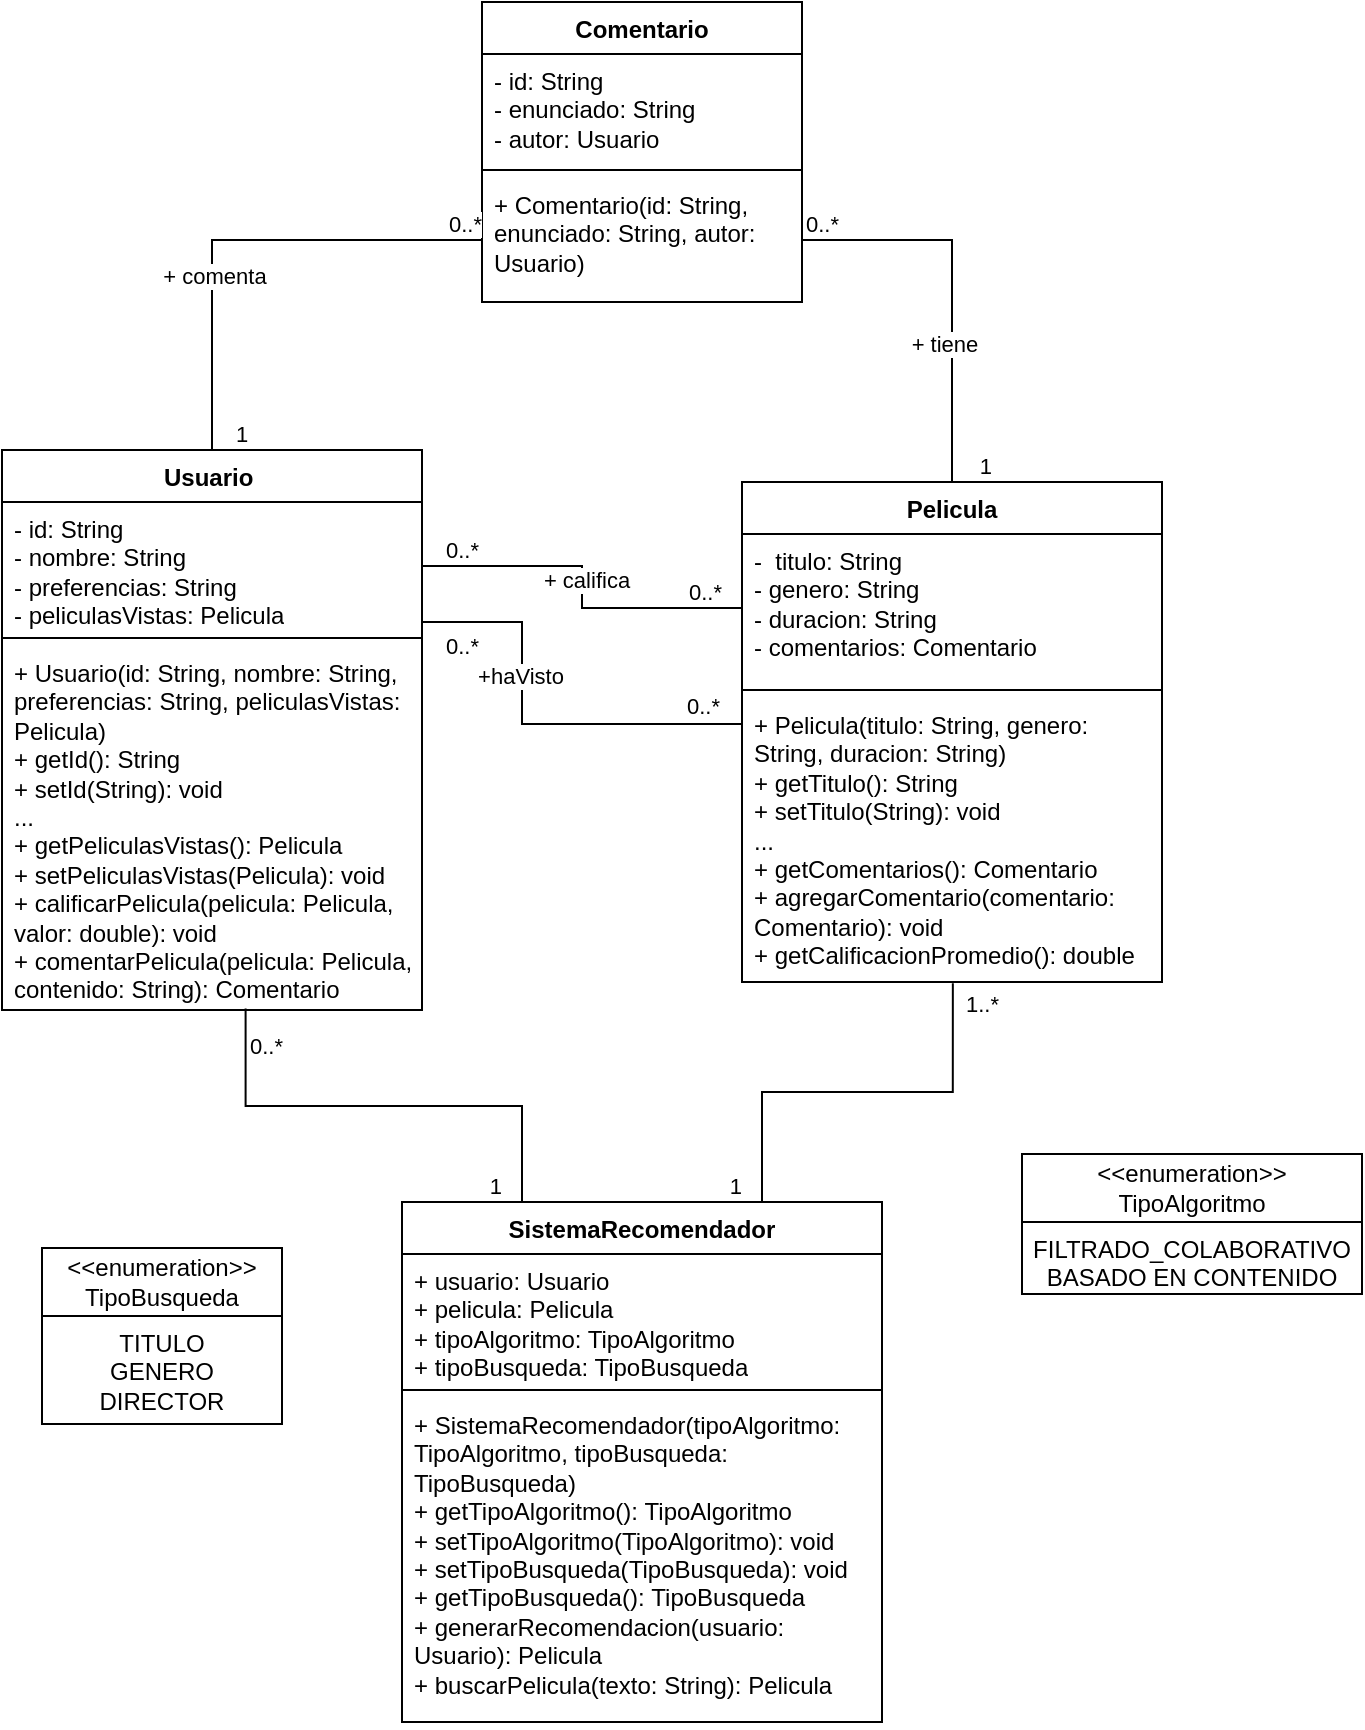
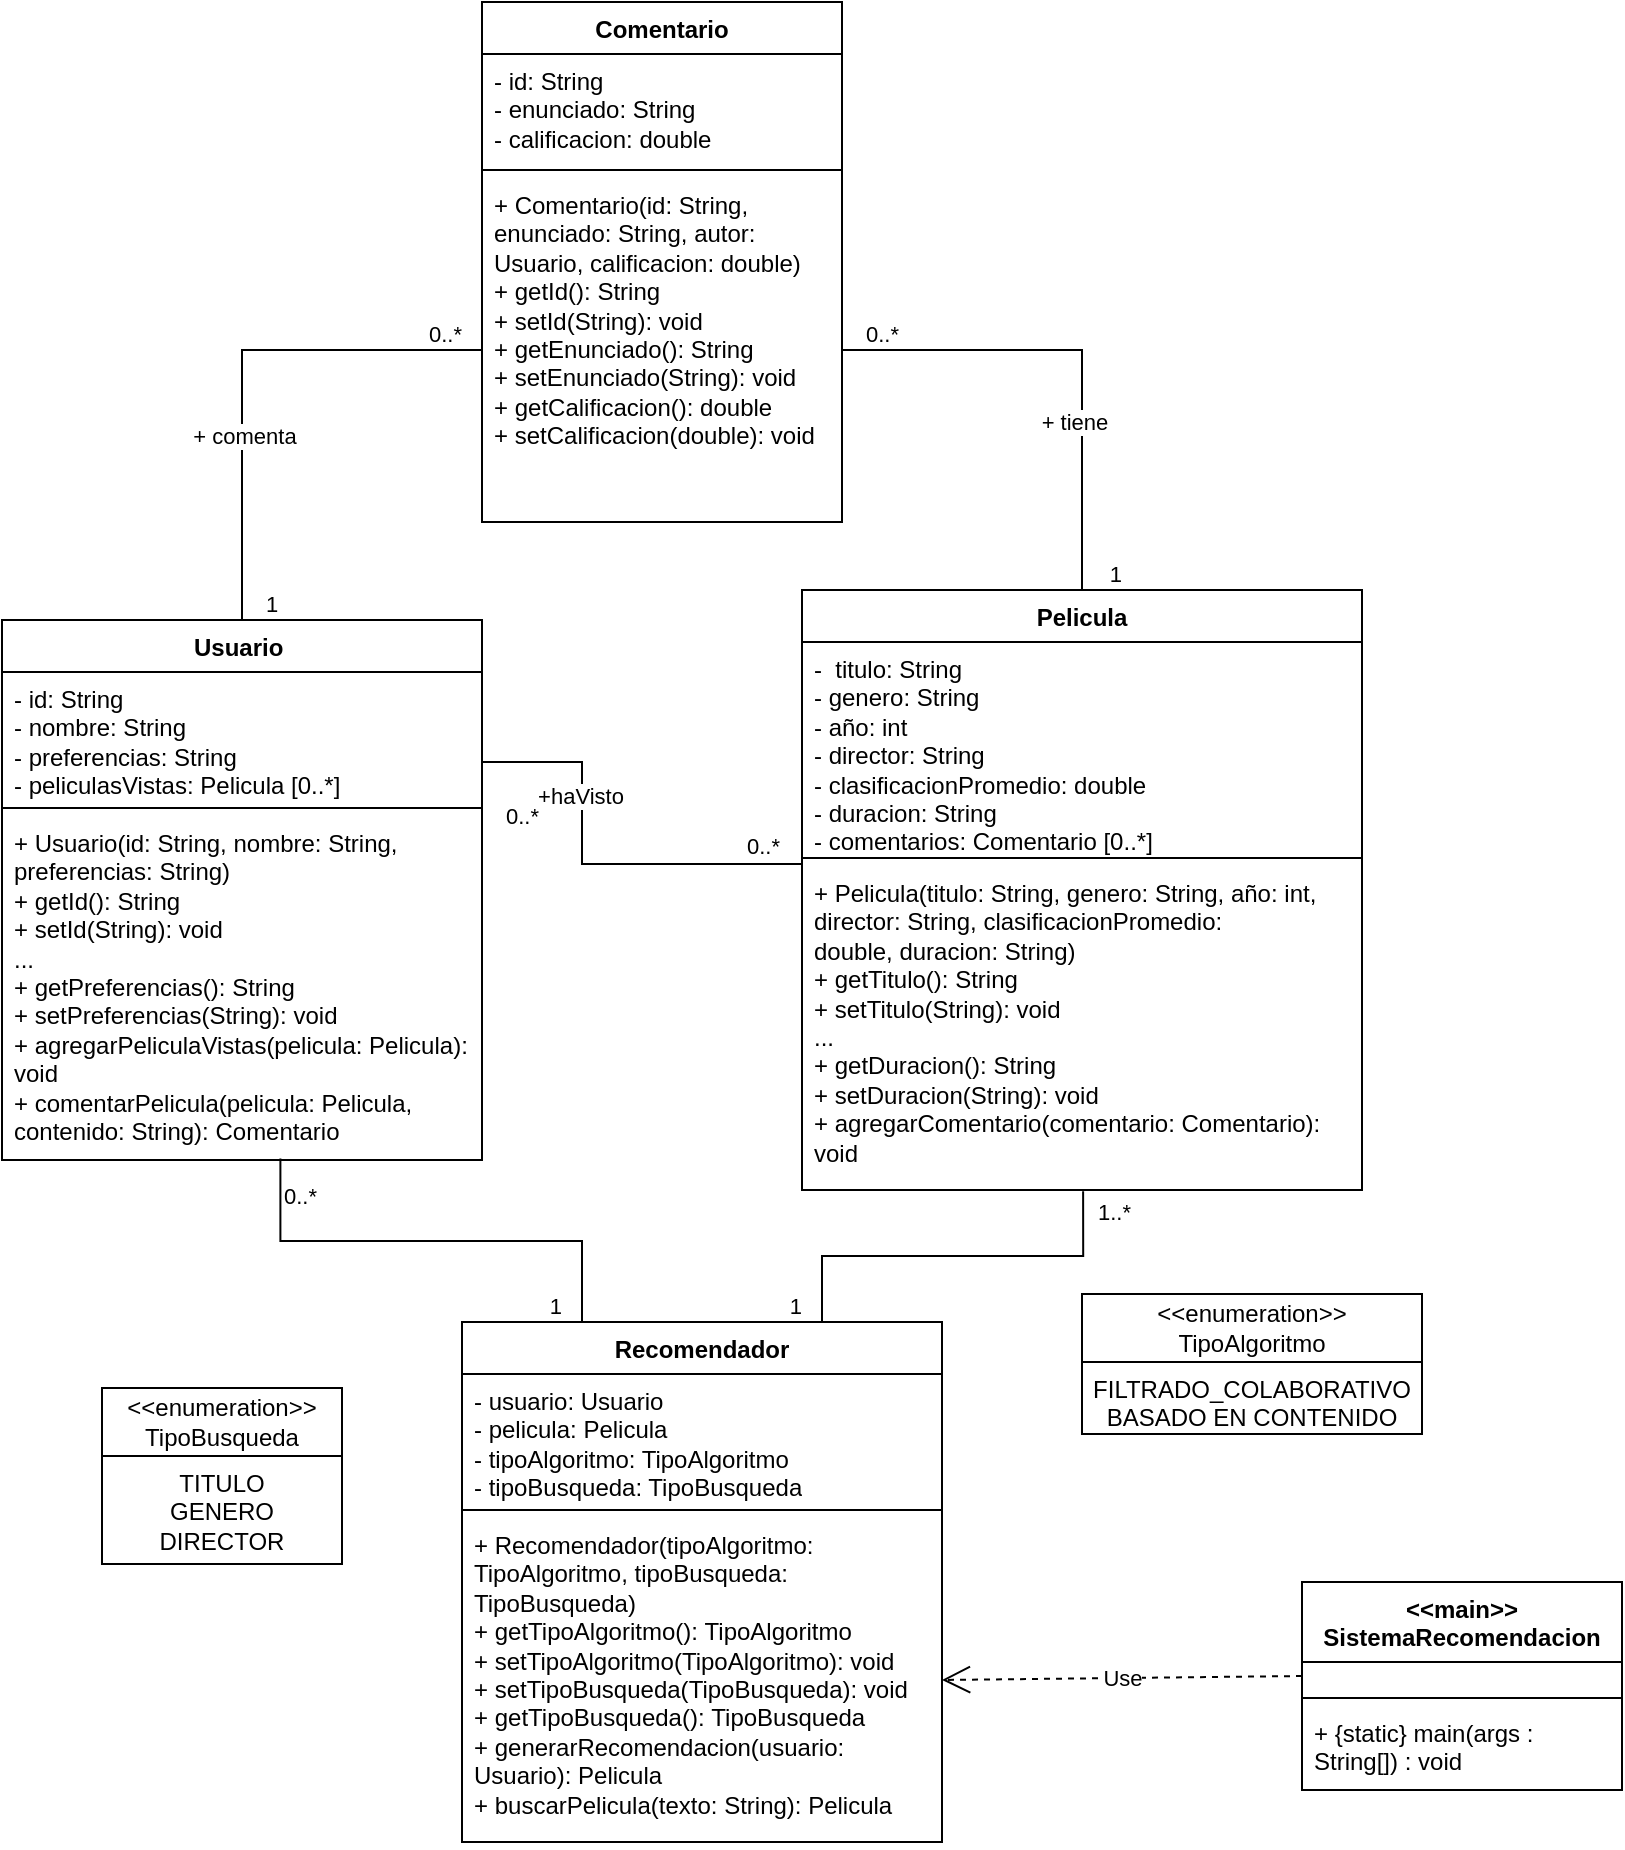
<mxfile host="app.diagrams.net">
  <diagram name="Página-1" id="FhI2W-9d_gpE_GXiQBIz">
-     <mxGraphModel dx="2453" dy="1432" grid="1" gridSize="10" guides="1" tooltips="1" connect="1" arrows="1" fold="1" page="1" pageScale="1" pageWidth="1169" pageHeight="827" math="0" shadow="0">
+     <mxGraphModel dx="2216" dy="1319" grid="1" gridSize="10" guides="1" tooltips="1" connect="1" arrows="1" fold="1" page="1" pageScale="1" pageWidth="1169" pageHeight="827" math="0" shadow="0">
      <root>
        <mxCell id="0" />
        <mxCell id="1" parent="0" />
        <mxCell id="mK63LABdQIUOHuwPP6Pl-1" parent="1" style="swimlane;fontStyle=1;align=center;verticalAlign=top;childLayout=stackLayout;horizontal=1;startSize=26;horizontalStack=0;resizeParent=1;resizeParentMax=0;resizeLast=0;collapsible=1;marginBottom=0;whiteSpace=wrap;html=1;" value="Pelicula" vertex="1">
-           <mxGeometry height="250" width="210" x="210" y="200" as="geometry" />
+           <mxGeometry height="300" width="280" x="210" y="184" as="geometry" />
        </mxCell>
-         <mxCell id="mK63LABdQIUOHuwPP6Pl-2" parent="mK63LABdQIUOHuwPP6Pl-1" style="text;strokeColor=none;fillColor=none;align=left;verticalAlign=top;spacingLeft=4;spacingRight=4;overflow=hidden;rotatable=0;points=[[0,0.5],[1,0.5]];portConstraint=eastwest;whiteSpace=wrap;html=1;" value="-&amp;nbsp; titulo: String&lt;div&gt;- genero: String&lt;/div&gt;&lt;div&gt;- duracion: String&lt;/div&gt;&lt;div&gt;- comentarios: Comentario&lt;span style=&quot;background-color: transparent; color: light-dark(rgb(0, 0, 0), rgb(255, 255, 255));&quot;&gt;&amp;nbsp;&lt;/span&gt;&lt;/div&gt;&lt;div&gt;&lt;br&gt;&lt;/div&gt;" vertex="1">
-           <mxGeometry height="74" width="210" y="26" as="geometry" />
+         <mxCell id="mK63LABdQIUOHuwPP6Pl-2" parent="mK63LABdQIUOHuwPP6Pl-1" style="text;strokeColor=none;fillColor=none;align=left;verticalAlign=top;spacingLeft=4;spacingRight=4;overflow=hidden;rotatable=0;points=[[0,0.5],[1,0.5]];portConstraint=eastwest;whiteSpace=wrap;html=1;" value="-&amp;nbsp; titulo: String&lt;div&gt;- genero: String&lt;/div&gt;&lt;div&gt;- año: int&lt;/div&gt;&lt;div&gt;- director: String&lt;/div&gt;&lt;div&gt;- clasificacionPromedio: double&lt;/div&gt;&lt;div&gt;- duracion: String&lt;/div&gt;&lt;div&gt;- comentarios: Comentario [0..*]&lt;span style=&quot;background-color: transparent; color: light-dark(rgb(0, 0, 0), rgb(255, 255, 255));&quot;&gt;&amp;nbsp;&lt;/span&gt;&lt;/div&gt;&lt;div&gt;&lt;br&gt;&lt;/div&gt;" vertex="1">
+           <mxGeometry height="104" width="280" y="26" as="geometry" />
        </mxCell>
        <mxCell id="mK63LABdQIUOHuwPP6Pl-3" parent="mK63LABdQIUOHuwPP6Pl-1" style="line;strokeWidth=1;fillColor=none;align=left;verticalAlign=middle;spacingTop=-1;spacingLeft=3;spacingRight=3;rotatable=0;labelPosition=right;points=[];portConstraint=eastwest;strokeColor=inherit;" value="" vertex="1">
-           <mxGeometry height="8" width="210" y="100" as="geometry" />
+           <mxGeometry height="8" width="280" y="130" as="geometry" />
        </mxCell>
-         <mxCell id="mK63LABdQIUOHuwPP6Pl-4" parent="mK63LABdQIUOHuwPP6Pl-1" style="text;strokeColor=none;fillColor=none;align=left;verticalAlign=top;spacingLeft=4;spacingRight=4;overflow=hidden;rotatable=0;points=[[0,0.5],[1,0.5]];portConstraint=eastwest;whiteSpace=wrap;html=1;" value="&lt;div&gt;+ Pelicula(&lt;span style=&quot;background-color: transparent; color: light-dark(rgb(0, 0, 0), rgb(255, 255, 255));&quot;&gt;titulo: String,&amp;nbsp;&lt;/span&gt;&lt;span style=&quot;background-color: transparent; color: light-dark(rgb(0, 0, 0), rgb(255, 255, 255));&quot;&gt;genero: String,&amp;nbsp;&lt;/span&gt;&lt;span style=&quot;background-color: transparent; color: light-dark(rgb(0, 0, 0), rgb(255, 255, 255));&quot;&gt;duracion: String&lt;/span&gt;&lt;span style=&quot;background-color: transparent; color: light-dark(rgb(0, 0, 0), rgb(255, 255, 255));&quot;&gt;)&lt;/span&gt;&lt;/div&gt;&lt;div&gt;&lt;span style=&quot;background-color: transparent; color: light-dark(rgb(0, 0, 0), rgb(255, 255, 255));&quot;&gt;+ getTitulo(): String&lt;/span&gt;&lt;/div&gt;&lt;div&gt;&lt;span style=&quot;background-color: transparent; color: light-dark(rgb(0, 0, 0), rgb(255, 255, 255));&quot;&gt;+ setTitulo(String): void&lt;/span&gt;&lt;/div&gt;&lt;div&gt;...&lt;/div&gt;&lt;div&gt;+ getComentarios(): Comentario&lt;/div&gt;&lt;div&gt;+ agregarComentario(comentario: Comentario): void&lt;/div&gt;&lt;div&gt;&lt;span style=&quot;background-color: transparent; color: light-dark(rgb(0, 0, 0), rgb(255, 255, 255));&quot;&gt;+ getCalificacionPromedio(): double&lt;/span&gt;&lt;/div&gt;" vertex="1">
-           <mxGeometry height="142" width="210" y="108" as="geometry" />
+         <mxCell id="mK63LABdQIUOHuwPP6Pl-4" parent="mK63LABdQIUOHuwPP6Pl-1" style="text;strokeColor=none;fillColor=none;align=left;verticalAlign=top;spacingLeft=4;spacingRight=4;overflow=hidden;rotatable=0;points=[[0,0.5],[1,0.5]];portConstraint=eastwest;whiteSpace=wrap;html=1;" value="&lt;div&gt;+ Pelicula(&lt;span style=&quot;background-color: transparent; color: light-dark(rgb(0, 0, 0), rgb(255, 255, 255));&quot;&gt;titulo: String,&amp;nbsp;&lt;/span&gt;&lt;span style=&quot;background-color: transparent; color: light-dark(rgb(0, 0, 0), rgb(255, 255, 255));&quot;&gt;genero: String, año:&amp;nbsp;&lt;/span&gt;int&lt;span style=&quot;background-color: transparent; color: light-dark(rgb(0, 0, 0), rgb(255, 255, 255));&quot;&gt;, director: String, clasificacionPromedio: double,&amp;nbsp;&lt;/span&gt;&lt;span style=&quot;background-color: transparent; color: light-dark(rgb(0, 0, 0), rgb(255, 255, 255));&quot;&gt;duracion: String&lt;/span&gt;&lt;span style=&quot;background-color: transparent; color: light-dark(rgb(0, 0, 0), rgb(255, 255, 255));&quot;&gt;)&lt;/span&gt;&lt;/div&gt;&lt;div&gt;&lt;span style=&quot;background-color: transparent; color: light-dark(rgb(0, 0, 0), rgb(255, 255, 255));&quot;&gt;+ getTitulo(): String&lt;/span&gt;&lt;/div&gt;&lt;div&gt;&lt;span style=&quot;background-color: transparent; color: light-dark(rgb(0, 0, 0), rgb(255, 255, 255));&quot;&gt;+ setTitulo(String): void&lt;/span&gt;&lt;/div&gt;&lt;div&gt;...&lt;/div&gt;&lt;div&gt;+ getDuracion():&amp;nbsp;&lt;span style=&quot;background-color: transparent; color: light-dark(rgb(0, 0, 0), rgb(255, 255, 255));&quot;&gt;String&lt;/span&gt;&lt;/div&gt;&lt;div&gt;&lt;span style=&quot;background-color: transparent; color: light-dark(rgb(0, 0, 0), rgb(255, 255, 255));&quot;&gt;+ setDuracion(String): void&lt;/span&gt;&lt;/div&gt;&lt;div&gt;+ agregarComentario(comentario: Comentario): void&lt;/div&gt;" vertex="1">
+           <mxGeometry height="162" width="280" y="138" as="geometry" />
        </mxCell>
-         <mxCell id="mK63LABdQIUOHuwPP6Pl-5" parent="1" style="swimlane;fontStyle=1;align=center;verticalAlign=top;childLayout=stackLayout;horizontal=1;startSize=26;horizontalStack=0;resizeParent=1;resizeParentMax=0;resizeLast=0;collapsible=1;marginBottom=0;whiteSpace=wrap;html=1;" value="SistemaRecomendador" vertex="1">
-           <mxGeometry height="260" width="240" x="40" y="560" as="geometry" />
+         <mxCell id="mK63LABdQIUOHuwPP6Pl-5" parent="1" style="swimlane;fontStyle=1;align=center;verticalAlign=top;childLayout=stackLayout;horizontal=1;startSize=26;horizontalStack=0;resizeParent=1;resizeParentMax=0;resizeLast=0;collapsible=1;marginBottom=0;whiteSpace=wrap;html=1;" value="Recomendador" vertex="1">
+           <mxGeometry height="260" width="240" x="40" y="550" as="geometry" />
        </mxCell>
-         <mxCell id="mK63LABdQIUOHuwPP6Pl-6" parent="mK63LABdQIUOHuwPP6Pl-5" style="text;strokeColor=none;fillColor=none;align=left;verticalAlign=top;spacingLeft=4;spacingRight=4;overflow=hidden;rotatable=0;points=[[0,0.5],[1,0.5]];portConstraint=eastwest;whiteSpace=wrap;html=1;" value="&lt;div&gt;+ usuario: Usuario&lt;/div&gt;&lt;div&gt;+ pelicula: Pelicula&lt;/div&gt;+ tipoAlgoritmo: TipoAlgoritmo&lt;div&gt;+ tipoBusqueda: TipoBusqueda&lt;/div&gt;" vertex="1">
+         <mxCell id="mK63LABdQIUOHuwPP6Pl-6" parent="mK63LABdQIUOHuwPP6Pl-5" style="text;strokeColor=none;fillColor=none;align=left;verticalAlign=top;spacingLeft=4;spacingRight=4;overflow=hidden;rotatable=0;points=[[0,0.5],[1,0.5]];portConstraint=eastwest;whiteSpace=wrap;html=1;" value="&lt;div&gt;- usuario: Usuario&lt;/div&gt;&lt;div&gt;- pelicula: Pelicula&lt;/div&gt;- tipoAlgoritmo: TipoAlgoritmo&lt;div&gt;- tipoBusqueda: TipoBusqueda&lt;/div&gt;" vertex="1">
          <mxGeometry height="64" width="240" y="26" as="geometry" />
        </mxCell>
        <mxCell id="mK63LABdQIUOHuwPP6Pl-7" parent="mK63LABdQIUOHuwPP6Pl-5" style="line;strokeWidth=1;fillColor=none;align=left;verticalAlign=middle;spacingTop=-1;spacingLeft=3;spacingRight=3;rotatable=0;labelPosition=right;points=[];portConstraint=eastwest;strokeColor=inherit;" value="" vertex="1">
          <mxGeometry height="8" width="240" y="90" as="geometry" />
        </mxCell>
-         <mxCell id="mK63LABdQIUOHuwPP6Pl-8" parent="mK63LABdQIUOHuwPP6Pl-5" style="text;strokeColor=none;fillColor=none;align=left;verticalAlign=top;spacingLeft=4;spacingRight=4;overflow=hidden;rotatable=0;points=[[0,0.5],[1,0.5]];portConstraint=eastwest;whiteSpace=wrap;html=1;" value="+ SistemaRecomendador(tipoAlgoritmo: TipoAlgoritmo, tipoBusqueda: TipoBusqueda)&lt;div&gt;+ get&lt;span style=&quot;background-color: transparent; color: light-dark(rgb(0, 0, 0), rgb(255, 255, 255));&quot;&gt;TipoAlgoritmo():&amp;nbsp;&lt;/span&gt;&lt;span style=&quot;background-color: transparent; color: light-dark(rgb(0, 0, 0), rgb(255, 255, 255));&quot;&gt;TipoAlgoritmo&lt;/span&gt;&lt;/div&gt;&lt;div&gt;&lt;span style=&quot;background-color: transparent; color: light-dark(rgb(0, 0, 0), rgb(255, 255, 255));&quot;&gt;+ set&lt;/span&gt;&lt;span style=&quot;background-color: transparent; color: light-dark(rgb(0, 0, 0), rgb(255, 255, 255));&quot;&gt;TipoAlgoritmo(&lt;/span&gt;&lt;span style=&quot;background-color: transparent; color: light-dark(rgb(0, 0, 0), rgb(255, 255, 255));&quot;&gt;TipoAlgoritmo): void&lt;/span&gt;&lt;/div&gt;&lt;div&gt;&lt;span style=&quot;background-color: transparent; color: light-dark(rgb(0, 0, 0), rgb(255, 255, 255));&quot;&gt;+ set&lt;/span&gt;&lt;span style=&quot;background-color: transparent; color: light-dark(rgb(0, 0, 0), rgb(255, 255, 255));&quot;&gt;TipoBusqueda(&lt;/span&gt;&lt;span style=&quot;background-color: transparent; color: light-dark(rgb(0, 0, 0), rgb(255, 255, 255));&quot;&gt;TipoBusqueda): void&lt;/span&gt;&lt;/div&gt;&lt;div&gt;&lt;span style=&quot;background-color: transparent; color: light-dark(rgb(0, 0, 0), rgb(255, 255, 255));&quot;&gt;+ get&lt;/span&gt;&lt;span style=&quot;background-color: transparent; color: light-dark(rgb(0, 0, 0), rgb(255, 255, 255));&quot;&gt;TipoBusqueda():&amp;nbsp;&lt;/span&gt;&lt;span style=&quot;background-color: transparent; color: light-dark(rgb(0, 0, 0), rgb(255, 255, 255));&quot;&gt;TipoBusqueda&lt;/span&gt;&lt;/div&gt;&lt;div&gt;+ generarRecomendacion(usuario: Usuario): Pelicula&lt;/div&gt;&lt;div&gt;+ buscarPelicula(texto: String): Pelicula&lt;/div&gt;" vertex="1">
+         <mxCell id="mK63LABdQIUOHuwPP6Pl-8" parent="mK63LABdQIUOHuwPP6Pl-5" style="text;strokeColor=none;fillColor=none;align=left;verticalAlign=top;spacingLeft=4;spacingRight=4;overflow=hidden;rotatable=0;points=[[0,0.5],[1,0.5]];portConstraint=eastwest;whiteSpace=wrap;html=1;" value="+ Recomendador(tipoAlgoritmo: TipoAlgoritmo, tipoBusqueda: TipoBusqueda)&lt;div&gt;+ get&lt;span style=&quot;background-color: transparent; color: light-dark(rgb(0, 0, 0), rgb(255, 255, 255));&quot;&gt;TipoAlgoritmo():&amp;nbsp;&lt;/span&gt;&lt;span style=&quot;background-color: transparent; color: light-dark(rgb(0, 0, 0), rgb(255, 255, 255));&quot;&gt;TipoAlgoritmo&lt;/span&gt;&lt;/div&gt;&lt;div&gt;&lt;span style=&quot;background-color: transparent; color: light-dark(rgb(0, 0, 0), rgb(255, 255, 255));&quot;&gt;+ set&lt;/span&gt;&lt;span style=&quot;background-color: transparent; color: light-dark(rgb(0, 0, 0), rgb(255, 255, 255));&quot;&gt;TipoAlgoritmo(&lt;/span&gt;&lt;span style=&quot;background-color: transparent; color: light-dark(rgb(0, 0, 0), rgb(255, 255, 255));&quot;&gt;TipoAlgoritmo): void&lt;/span&gt;&lt;/div&gt;&lt;div&gt;&lt;span style=&quot;background-color: transparent; color: light-dark(rgb(0, 0, 0), rgb(255, 255, 255));&quot;&gt;+ set&lt;/span&gt;&lt;span style=&quot;background-color: transparent; color: light-dark(rgb(0, 0, 0), rgb(255, 255, 255));&quot;&gt;TipoBusqueda(&lt;/span&gt;&lt;span style=&quot;background-color: transparent; color: light-dark(rgb(0, 0, 0), rgb(255, 255, 255));&quot;&gt;TipoBusqueda): void&lt;/span&gt;&lt;/div&gt;&lt;div&gt;&lt;span style=&quot;background-color: transparent; color: light-dark(rgb(0, 0, 0), rgb(255, 255, 255));&quot;&gt;+ get&lt;/span&gt;&lt;span style=&quot;background-color: transparent; color: light-dark(rgb(0, 0, 0), rgb(255, 255, 255));&quot;&gt;TipoBusqueda():&amp;nbsp;&lt;/span&gt;&lt;span style=&quot;background-color: transparent; color: light-dark(rgb(0, 0, 0), rgb(255, 255, 255));&quot;&gt;TipoBusqueda&lt;/span&gt;&lt;/div&gt;&lt;div&gt;+ generarRecomendacion(usuario: Usuario): Pelicula&lt;/div&gt;&lt;div&gt;+ buscarPelicula(texto: String): Pelicula&lt;/div&gt;" vertex="1">
          <mxGeometry height="162" width="240" y="98" as="geometry" />
        </mxCell>
        <mxCell id="mK63LABdQIUOHuwPP6Pl-9" parent="1" style="swimlane;fontStyle=1;align=center;verticalAlign=top;childLayout=stackLayout;horizontal=1;startSize=26;horizontalStack=0;resizeParent=1;resizeParentMax=0;resizeLast=0;collapsible=1;marginBottom=0;whiteSpace=wrap;html=1;" value="Usuario&amp;nbsp;" vertex="1">
-           <mxGeometry height="280" width="210" x="-160" y="184" as="geometry" />
+           <mxGeometry height="270" width="240" x="-190" y="199" as="geometry" />
        </mxCell>
-         <mxCell id="mK63LABdQIUOHuwPP6Pl-10" parent="mK63LABdQIUOHuwPP6Pl-9" style="text;strokeColor=none;fillColor=none;align=left;verticalAlign=top;spacingLeft=4;spacingRight=4;overflow=hidden;rotatable=0;points=[[0,0.5],[1,0.5]];portConstraint=eastwest;whiteSpace=wrap;html=1;" value="&lt;div&gt;- id: String&lt;/div&gt;&lt;div&gt;- nombre: String&lt;/div&gt;&lt;div&gt;- preferencias: String&lt;/div&gt;- peliculasVistas: Pelicula" vertex="1">
-           <mxGeometry height="64" width="210" y="26" as="geometry" />
+         <mxCell id="mK63LABdQIUOHuwPP6Pl-10" parent="mK63LABdQIUOHuwPP6Pl-9" style="text;strokeColor=none;fillColor=none;align=left;verticalAlign=top;spacingLeft=4;spacingRight=4;overflow=hidden;rotatable=0;points=[[0,0.5],[1,0.5]];portConstraint=eastwest;whiteSpace=wrap;html=1;" value="&lt;div&gt;- id: String&lt;/div&gt;&lt;div&gt;- nombre: String&lt;/div&gt;&lt;div&gt;- preferencias: String&lt;/div&gt;- peliculasVistas: Pelicula [0..*]" vertex="1">
+           <mxGeometry height="64" width="240" y="26" as="geometry" />
        </mxCell>
        <mxCell id="mK63LABdQIUOHuwPP6Pl-11" parent="mK63LABdQIUOHuwPP6Pl-9" style="line;strokeWidth=1;fillColor=none;align=left;verticalAlign=middle;spacingTop=-1;spacingLeft=3;spacingRight=3;rotatable=0;labelPosition=right;points=[];portConstraint=eastwest;strokeColor=inherit;" value="" vertex="1">
-           <mxGeometry height="8" width="210" y="90" as="geometry" />
+           <mxGeometry height="8" width="240" y="90" as="geometry" />
        </mxCell>
-         <mxCell id="mK63LABdQIUOHuwPP6Pl-12" parent="mK63LABdQIUOHuwPP6Pl-9" style="text;strokeColor=none;fillColor=none;align=left;verticalAlign=top;spacingLeft=4;spacingRight=4;overflow=hidden;rotatable=0;points=[[0,0.5],[1,0.5]];portConstraint=eastwest;whiteSpace=wrap;html=1;" value="&lt;div&gt;+ Usuario(&lt;span style=&quot;background-color: transparent; color: light-dark(rgb(0, 0, 0), rgb(255, 255, 255));&quot;&gt;id: String,&amp;nbsp;&lt;/span&gt;&lt;span style=&quot;background-color: transparent; color: light-dark(rgb(0, 0, 0), rgb(255, 255, 255));&quot;&gt;nombre: String,&amp;nbsp;&lt;/span&gt;&lt;/div&gt;&lt;div&gt;&lt;span style=&quot;background-color: transparent; color: light-dark(rgb(0, 0, 0), rgb(255, 255, 255));&quot;&gt;preferencias: String,&amp;nbsp;&lt;/span&gt;&lt;span style=&quot;background-color: transparent; color: light-dark(rgb(0, 0, 0), rgb(255, 255, 255));&quot;&gt;peliculasVistas: Pelicula)&lt;/span&gt;&lt;/div&gt;&lt;div&gt;&lt;span style=&quot;background-color: transparent; color: light-dark(rgb(0, 0, 0), rgb(255, 255, 255));&quot;&gt;+ getId(): String&lt;/span&gt;&lt;/div&gt;&lt;div&gt;&lt;span style=&quot;background-color: transparent; color: light-dark(rgb(0, 0, 0), rgb(255, 255, 255));&quot;&gt;+ setId(String): void&lt;/span&gt;&lt;/div&gt;&lt;div&gt;...&lt;/div&gt;&lt;div&gt;+ getPeliculasVistas(): Pelicula&lt;/div&gt;&lt;div&gt;+ setPeliculasVistas(Pelicula): void&lt;/div&gt;&lt;div&gt;+ calificarPelicula(pelicula: Pelicula, valor: double): void&lt;/div&gt;&lt;div&gt;+ comentarPelicula(pelicula: Pelicula, contenido: String): Comentario&lt;/div&gt;" vertex="1">
-           <mxGeometry height="182" width="210" y="98" as="geometry" />
-         </mxCell>
-         <mxCell id="mK63LABdQIUOHuwPP6Pl-13" edge="1" parent="1" source="mK63LABdQIUOHuwPP6Pl-10" style="endArrow=none;html=1;edgeStyle=orthogonalEdgeStyle;rounded=0;exitX=1;exitY=0.5;exitDx=0;exitDy=0;entryX=0;entryY=0.5;entryDx=0;entryDy=0;" target="mK63LABdQIUOHuwPP6Pl-2" value="">
-           <mxGeometry relative="1" as="geometry">
-             <mxPoint x="-30" y="360" as="sourcePoint" />
-             <mxPoint x="130" y="360" as="targetPoint" />
-           </mxGeometry>
-         </mxCell>
-         <mxCell id="mK63LABdQIUOHuwPP6Pl-14" connectable="0" parent="mK63LABdQIUOHuwPP6Pl-13" style="edgeLabel;resizable=0;html=1;align=left;verticalAlign=bottom;" value="0..*" vertex="1">
-           <mxGeometry relative="1" x="-1" as="geometry">
-             <mxPoint x="10" as="offset" />
-           </mxGeometry>
-         </mxCell>
-         <mxCell id="mK63LABdQIUOHuwPP6Pl-15" connectable="0" parent="mK63LABdQIUOHuwPP6Pl-13" style="edgeLabel;resizable=0;html=1;align=right;verticalAlign=bottom;" value="0..*" vertex="1">
-           <mxGeometry relative="1" x="1" as="geometry">
-             <mxPoint x="-10" as="offset" />
-           </mxGeometry>
-         </mxCell>
-         <mxCell id="mK63LABdQIUOHuwPP6Pl-20" connectable="0" parent="mK63LABdQIUOHuwPP6Pl-13" style="edgeLabel;html=1;align=center;verticalAlign=middle;resizable=0;points=[];" value="+ califica" vertex="1">
-           <mxGeometry relative="1" x="-0.0439" y="2" as="geometry">
-             <mxPoint as="offset" />
-           </mxGeometry>
+         <mxCell id="mK63LABdQIUOHuwPP6Pl-12" parent="mK63LABdQIUOHuwPP6Pl-9" style="text;strokeColor=none;fillColor=none;align=left;verticalAlign=top;spacingLeft=4;spacingRight=4;overflow=hidden;rotatable=0;points=[[0,0.5],[1,0.5]];portConstraint=eastwest;whiteSpace=wrap;html=1;" value="&lt;div&gt;+ Usuario(&lt;span style=&quot;background-color: transparent; color: light-dark(rgb(0, 0, 0), rgb(255, 255, 255));&quot;&gt;id: String,&amp;nbsp;&lt;/span&gt;&lt;span style=&quot;background-color: transparent; color: light-dark(rgb(0, 0, 0), rgb(255, 255, 255));&quot;&gt;nombre: String,&amp;nbsp;&lt;/span&gt;&lt;/div&gt;&lt;div&gt;&lt;span style=&quot;background-color: transparent; color: light-dark(rgb(0, 0, 0), rgb(255, 255, 255));&quot;&gt;preferencias: String)&lt;/span&gt;&lt;/div&gt;&lt;div&gt;&lt;span style=&quot;background-color: transparent; color: light-dark(rgb(0, 0, 0), rgb(255, 255, 255));&quot;&gt;+ getId(): String&lt;/span&gt;&lt;/div&gt;&lt;div&gt;&lt;span style=&quot;background-color: transparent; color: light-dark(rgb(0, 0, 0), rgb(255, 255, 255));&quot;&gt;+ setId(String): void&lt;/span&gt;&lt;/div&gt;&lt;div&gt;...&lt;/div&gt;&lt;div&gt;+ getPreferencias():&amp;nbsp;&lt;span style=&quot;background-color: transparent; color: light-dark(rgb(0, 0, 0), rgb(255, 255, 255));&quot;&gt;String&lt;/span&gt;&lt;/div&gt;&lt;div&gt;+ setPreferencias(String): void&lt;/div&gt;&lt;div&gt;+ agregarPeliculaVistas(pelicula: Pelicula): void&lt;/div&gt;&lt;div&gt;&lt;span style=&quot;background-color: transparent; color: light-dark(rgb(0, 0, 0), rgb(255, 255, 255));&quot;&gt;+ comentarPelicula(pelicula: Pelicula, contenido: String): Comentario&lt;/span&gt;&lt;/div&gt;" vertex="1">
+           <mxGeometry height="172" width="240" y="98" as="geometry" />
        </mxCell>
        <mxCell id="mK63LABdQIUOHuwPP6Pl-16" parent="1" style="swimlane;fontStyle=1;align=center;verticalAlign=top;childLayout=stackLayout;horizontal=1;startSize=26;horizontalStack=0;resizeParent=1;resizeParentMax=0;resizeLast=0;collapsible=1;marginBottom=0;whiteSpace=wrap;html=1;" value="Comentario" vertex="1">
-           <mxGeometry height="150" width="160" x="80" y="-40" as="geometry" />
+           <mxGeometry height="260" width="180" x="50" y="-110" as="geometry" />
        </mxCell>
-         <mxCell id="mK63LABdQIUOHuwPP6Pl-17" parent="mK63LABdQIUOHuwPP6Pl-16" style="text;strokeColor=none;fillColor=none;align=left;verticalAlign=top;spacingLeft=4;spacingRight=4;overflow=hidden;rotatable=0;points=[[0,0.5],[1,0.5]];portConstraint=eastwest;whiteSpace=wrap;html=1;" value="&lt;div&gt;- id: String&lt;/div&gt;- enunciado: String&lt;div&gt;- autor: Usuario&lt;/div&gt;" vertex="1">
-           <mxGeometry height="54" width="160" y="26" as="geometry" />
+         <mxCell id="mK63LABdQIUOHuwPP6Pl-17" parent="mK63LABdQIUOHuwPP6Pl-16" style="text;strokeColor=none;fillColor=none;align=left;verticalAlign=top;spacingLeft=4;spacingRight=4;overflow=hidden;rotatable=0;points=[[0,0.5],[1,0.5]];portConstraint=eastwest;whiteSpace=wrap;html=1;" value="&lt;div&gt;- id: String&lt;/div&gt;- enunciado: String&lt;div&gt;- calificacion: double&lt;/div&gt;" vertex="1">
+           <mxGeometry height="54" width="180" y="26" as="geometry" />
        </mxCell>
        <mxCell id="mK63LABdQIUOHuwPP6Pl-18" parent="mK63LABdQIUOHuwPP6Pl-16" style="line;strokeWidth=1;fillColor=none;align=left;verticalAlign=middle;spacingTop=-1;spacingLeft=3;spacingRight=3;rotatable=0;labelPosition=right;points=[];portConstraint=eastwest;strokeColor=inherit;" value="" vertex="1">
-           <mxGeometry height="8" width="160" y="80" as="geometry" />
+           <mxGeometry height="8" width="180" y="80" as="geometry" />
        </mxCell>
-         <mxCell id="mK63LABdQIUOHuwPP6Pl-19" parent="mK63LABdQIUOHuwPP6Pl-16" style="text;strokeColor=none;fillColor=none;align=left;verticalAlign=top;spacingLeft=4;spacingRight=4;overflow=hidden;rotatable=0;points=[[0,0.5],[1,0.5]];portConstraint=eastwest;whiteSpace=wrap;html=1;" value="+ Comentario(id: String, enunciado: String, autor: Usuario)" vertex="1">
-           <mxGeometry height="62" width="160" y="88" as="geometry" />
+         <mxCell id="mK63LABdQIUOHuwPP6Pl-19" parent="mK63LABdQIUOHuwPP6Pl-16" style="text;strokeColor=none;fillColor=none;align=left;verticalAlign=top;spacingLeft=4;spacingRight=4;overflow=hidden;rotatable=0;points=[[0,0.5],[1,0.5]];portConstraint=eastwest;whiteSpace=wrap;html=1;" value="+ Comentario(id: String, enunciado: String, autor: Usuario, calificacion: double)&lt;div&gt;+ getId(): String&lt;/div&gt;&lt;div&gt;+ setId(String): void&lt;/div&gt;&lt;div&gt;+ getEnunciado():&amp;nbsp;&lt;span style=&quot;background-color: transparent; color: light-dark(rgb(0, 0, 0), rgb(255, 255, 255));&quot;&gt;String&lt;/span&gt;&lt;/div&gt;&lt;div&gt;+ setEnunciado(String): void&lt;/div&gt;&lt;div&gt;+ getCalificacion(): double&lt;/div&gt;&lt;div&gt;+ setCalificacion(double): void&lt;/div&gt;" vertex="1">
+           <mxGeometry height="172" width="180" y="88" as="geometry" />
        </mxCell>
        <mxCell id="mK63LABdQIUOHuwPP6Pl-25" edge="1" parent="1" source="mK63LABdQIUOHuwPP6Pl-10" style="endArrow=none;html=1;edgeStyle=orthogonalEdgeStyle;rounded=0;entryX=0;entryY=0.94;entryDx=0;entryDy=0;entryPerimeter=0;exitX=1;exitY=0.938;exitDx=0;exitDy=0;exitPerimeter=0;" value="">
          <mxGeometry relative="1" as="geometry">
            <Array as="points">
              <mxPoint x="100" y="270" />
              <mxPoint x="100" y="321" />
            </Array>
            <mxPoint x="60" y="260" as="sourcePoint" />
            <mxPoint x="209.66" y="320.95000000000005" as="targetPoint" />
          </mxGeometry>
        </mxCell>
        <mxCell id="mK63LABdQIUOHuwPP6Pl-26" connectable="0" parent="mK63LABdQIUOHuwPP6Pl-25" style="edgeLabel;resizable=0;html=1;align=left;verticalAlign=bottom;" value="0..*" vertex="1">
          <mxGeometry relative="1" x="-1" as="geometry">
            <mxPoint x="10" y="20" as="offset" />
          </mxGeometry>
        </mxCell>
        <mxCell id="mK63LABdQIUOHuwPP6Pl-27" connectable="0" parent="mK63LABdQIUOHuwPP6Pl-25" style="edgeLabel;resizable=0;html=1;align=right;verticalAlign=bottom;" value="0..*" vertex="1">
          <mxGeometry relative="1" x="1" as="geometry">
            <mxPoint x="-10" as="offset" />
          </mxGeometry>
        </mxCell>
        <mxCell id="mK63LABdQIUOHuwPP6Pl-28" connectable="0" parent="mK63LABdQIUOHuwPP6Pl-25" style="edgeLabel;html=1;align=center;verticalAlign=middle;resizable=0;points=[];" value="+haVisto" vertex="1">
          <mxGeometry relative="1" x="-0.2738" y="-1" as="geometry">
            <mxPoint as="offset" />
          </mxGeometry>
        </mxCell>
        <mxCell id="mK63LABdQIUOHuwPP6Pl-29" edge="1" parent="1" source="mK63LABdQIUOHuwPP6Pl-9" style="endArrow=none;html=1;edgeStyle=orthogonalEdgeStyle;rounded=0;exitX=0.5;exitY=0;exitDx=0;exitDy=0;entryX=0;entryY=0.5;entryDx=0;entryDy=0;" target="mK63LABdQIUOHuwPP6Pl-19" value="">
          <mxGeometry relative="1" as="geometry">
            <mxPoint x="-110" y="120" as="sourcePoint" />
            <mxPoint x="50" y="120" as="targetPoint" />
          </mxGeometry>
        </mxCell>
        <mxCell id="mK63LABdQIUOHuwPP6Pl-30" connectable="0" parent="mK63LABdQIUOHuwPP6Pl-29" style="edgeLabel;resizable=0;html=1;align=left;verticalAlign=bottom;" value="1" vertex="1">
          <mxGeometry relative="1" x="-1" as="geometry">
            <mxPoint x="10" as="offset" />
          </mxGeometry>
        </mxCell>
        <mxCell id="mK63LABdQIUOHuwPP6Pl-31" connectable="0" parent="mK63LABdQIUOHuwPP6Pl-29" style="edgeLabel;resizable=0;html=1;align=right;verticalAlign=bottom;" value="0..*" vertex="1">
-           <mxGeometry relative="1" x="1" as="geometry" />
+           <mxGeometry relative="1" x="1" as="geometry">
+             <mxPoint x="-10" as="offset" />
+           </mxGeometry>
        </mxCell>
        <mxCell id="mK63LABdQIUOHuwPP6Pl-32" connectable="0" parent="mK63LABdQIUOHuwPP6Pl-29" style="edgeLabel;html=1;align=center;verticalAlign=middle;resizable=0;points=[];" value="+ comenta" vertex="1">
          <mxGeometry relative="1" x="-0.2744" y="-1" as="geometry">
            <mxPoint as="offset" />
          </mxGeometry>
        </mxCell>
        <mxCell id="mK63LABdQIUOHuwPP6Pl-33" edge="1" parent="1" source="mK63LABdQIUOHuwPP6Pl-19" style="endArrow=none;html=1;edgeStyle=orthogonalEdgeStyle;rounded=0;exitX=1;exitY=0.5;exitDx=0;exitDy=0;entryX=0.5;entryY=0;entryDx=0;entryDy=0;" target="mK63LABdQIUOHuwPP6Pl-1" value="">
          <mxGeometry relative="1" as="geometry">
            <mxPoint x="310" y="50" as="sourcePoint" />
            <mxPoint x="470" y="50" as="targetPoint" />
          </mxGeometry>
        </mxCell>
        <mxCell id="mK63LABdQIUOHuwPP6Pl-34" connectable="0" parent="mK63LABdQIUOHuwPP6Pl-33" style="edgeLabel;resizable=0;html=1;align=left;verticalAlign=bottom;" value="0..*&amp;nbsp;" vertex="1">
-           <mxGeometry relative="1" x="-1" as="geometry" />
+           <mxGeometry relative="1" x="-1" as="geometry">
+             <mxPoint x="10" as="offset" />
+           </mxGeometry>
        </mxCell>
        <mxCell id="mK63LABdQIUOHuwPP6Pl-35" connectable="0" parent="mK63LABdQIUOHuwPP6Pl-33" style="edgeLabel;resizable=0;html=1;align=right;verticalAlign=bottom;" value="1" vertex="1">
          <mxGeometry relative="1" x="1" as="geometry">
            <mxPoint x="20" as="offset" />
          </mxGeometry>
        </mxCell>
        <mxCell id="mK63LABdQIUOHuwPP6Pl-36" connectable="0" parent="mK63LABdQIUOHuwPP6Pl-33" style="edgeLabel;html=1;align=center;verticalAlign=middle;resizable=0;points=[];" value="+ tiene" vertex="1">
          <mxGeometry relative="1" x="0.2984" y="-4" as="geometry">
            <mxPoint as="offset" />
          </mxGeometry>
        </mxCell>
        <mxCell id="mK63LABdQIUOHuwPP6Pl-37" parent="1" style="swimlane;fontStyle=0;childLayout=stackLayout;horizontal=1;startSize=34;fillColor=none;horizontalStack=0;resizeParent=1;resizeParentMax=0;resizeLast=0;collapsible=1;marginBottom=0;whiteSpace=wrap;html=1;" value="&amp;lt;&amp;lt;enumeration&amp;gt;&amp;gt;&lt;div&gt;&lt;span style=&quot;text-align: left;&quot;&gt;TipoAlgoritmo&lt;/span&gt;&lt;/div&gt;" vertex="1">
          <mxGeometry height="70" width="170" x="350" y="536" as="geometry" />
        </mxCell>
        <mxCell id="mK63LABdQIUOHuwPP6Pl-38" parent="mK63LABdQIUOHuwPP6Pl-37" style="text;strokeColor=none;fillColor=none;align=center;verticalAlign=top;spacingLeft=4;spacingRight=4;overflow=hidden;rotatable=0;points=[[0,0.5],[1,0.5]];portConstraint=eastwest;whiteSpace=wrap;html=1;" value="FILTRADO_COLABORATIVO&lt;div&gt;BASADO EN CONTENIDO&lt;/div&gt;" vertex="1">
          <mxGeometry height="36" width="170" y="34" as="geometry" />
        </mxCell>
        <mxCell id="mK63LABdQIUOHuwPP6Pl-41" parent="1" style="swimlane;fontStyle=0;childLayout=stackLayout;horizontal=1;startSize=34;fillColor=none;horizontalStack=0;resizeParent=1;resizeParentMax=0;resizeLast=0;collapsible=1;marginBottom=0;whiteSpace=wrap;html=1;" value="&amp;lt;&amp;lt;enumeration&amp;gt;&amp;gt;&lt;div&gt;&lt;span style=&quot;text-align: left;&quot;&gt;TipoBusqueda&lt;/span&gt;&lt;/div&gt;" vertex="1">
          <mxGeometry height="88" width="120" x="-140" y="583" as="geometry" />
        </mxCell>
        <mxCell id="mK63LABdQIUOHuwPP6Pl-42" parent="mK63LABdQIUOHuwPP6Pl-41" style="text;strokeColor=none;fillColor=none;align=center;verticalAlign=top;spacingLeft=4;spacingRight=4;overflow=hidden;rotatable=0;points=[[0,0.5],[1,0.5]];portConstraint=eastwest;whiteSpace=wrap;html=1;" value="TITULO&lt;div&gt;GENERO&lt;/div&gt;&lt;div&gt;DIRECTOR&lt;/div&gt;" vertex="1">
          <mxGeometry height="54" width="120" y="34" as="geometry" />
        </mxCell>
        <mxCell id="mK63LABdQIUOHuwPP6Pl-47" edge="1" parent="1" source="mK63LABdQIUOHuwPP6Pl-12" style="endArrow=none;html=1;edgeStyle=orthogonalEdgeStyle;rounded=0;exitX=0.58;exitY=0.996;exitDx=0;exitDy=0;exitPerimeter=0;entryX=0.25;entryY=0;entryDx=0;entryDy=0;" target="mK63LABdQIUOHuwPP6Pl-5" value="">
          <mxGeometry relative="1" as="geometry">
            <mxPoint x="70" y="510" as="sourcePoint" />
            <mxPoint x="230" y="510" as="targetPoint" />
          </mxGeometry>
        </mxCell>
        <mxCell id="mK63LABdQIUOHuwPP6Pl-48" connectable="0" parent="mK63LABdQIUOHuwPP6Pl-47" style="edgeLabel;resizable=0;html=1;align=left;verticalAlign=bottom;" value="0..*" vertex="1">
          <mxGeometry relative="1" x="-1" as="geometry">
            <mxPoint y="27" as="offset" />
          </mxGeometry>
        </mxCell>
        <mxCell id="mK63LABdQIUOHuwPP6Pl-49" connectable="0" parent="mK63LABdQIUOHuwPP6Pl-47" style="edgeLabel;resizable=0;html=1;align=right;verticalAlign=bottom;" value="1" vertex="1">
          <mxGeometry relative="1" x="1" as="geometry">
            <mxPoint x="-10" as="offset" />
          </mxGeometry>
        </mxCell>
        <mxCell id="mK63LABdQIUOHuwPP6Pl-50" edge="1" parent="1" source="mK63LABdQIUOHuwPP6Pl-4" style="endArrow=none;html=1;edgeStyle=orthogonalEdgeStyle;rounded=0;exitX=0.502;exitY=1.004;exitDx=0;exitDy=0;exitPerimeter=0;entryX=0.75;entryY=0;entryDx=0;entryDy=0;" target="mK63LABdQIUOHuwPP6Pl-5" value="">
          <mxGeometry relative="1" as="geometry">
            <mxPoint x="60" y="500" as="sourcePoint" />
            <mxPoint x="220" y="550" as="targetPoint" />
          </mxGeometry>
        </mxCell>
        <mxCell id="mK63LABdQIUOHuwPP6Pl-51" connectable="0" parent="mK63LABdQIUOHuwPP6Pl-50" style="edgeLabel;resizable=0;html=1;align=left;verticalAlign=bottom;" value="1..*" vertex="1">
          <mxGeometry relative="1" x="-1" as="geometry">
            <mxPoint x="5" y="19" as="offset" />
          </mxGeometry>
        </mxCell>
        <mxCell id="mK63LABdQIUOHuwPP6Pl-52" connectable="0" parent="mK63LABdQIUOHuwPP6Pl-50" style="edgeLabel;resizable=0;html=1;align=right;verticalAlign=bottom;" value="1" vertex="1">
          <mxGeometry relative="1" x="1" as="geometry">
            <mxPoint x="-10" as="offset" />
          </mxGeometry>
        </mxCell>
+         <mxCell id="5PU7SN-1DX3iMtDltQ-m-1" parent="1" style="swimlane;fontStyle=1;align=center;verticalAlign=top;childLayout=stackLayout;horizontal=1;startSize=40;horizontalStack=0;resizeParent=1;resizeParentMax=0;resizeLast=0;collapsible=1;marginBottom=0;whiteSpace=wrap;html=1;" value="&amp;lt;&amp;lt;main&amp;gt;&amp;gt;&lt;div&gt;SistemaRecomendacion&lt;/div&gt;" vertex="1">
+           <mxGeometry height="104" width="160" x="460" y="680" as="geometry" />
+         </mxCell>
+         <mxCell id="5PU7SN-1DX3iMtDltQ-m-2" parent="5PU7SN-1DX3iMtDltQ-m-1" style="text;strokeColor=none;fillColor=none;align=left;verticalAlign=top;spacingLeft=4;spacingRight=4;overflow=hidden;rotatable=0;points=[[0,0.5],[1,0.5]];portConstraint=eastwest;whiteSpace=wrap;html=1;" value="&amp;nbsp;" vertex="1">
+           <mxGeometry height="14" width="160" y="40" as="geometry" />
+         </mxCell>
+         <mxCell id="5PU7SN-1DX3iMtDltQ-m-3" parent="5PU7SN-1DX3iMtDltQ-m-1" style="line;strokeWidth=1;fillColor=none;align=left;verticalAlign=middle;spacingTop=-1;spacingLeft=3;spacingRight=3;rotatable=0;labelPosition=right;points=[];portConstraint=eastwest;strokeColor=inherit;" value="" vertex="1">
+           <mxGeometry height="8" width="160" y="54" as="geometry" />
+         </mxCell>
+         <mxCell id="5PU7SN-1DX3iMtDltQ-m-4" parent="5PU7SN-1DX3iMtDltQ-m-1" style="text;strokeColor=none;fillColor=none;align=left;verticalAlign=top;spacingLeft=4;spacingRight=4;overflow=hidden;rotatable=0;points=[[0,0.5],[1,0.5]];portConstraint=eastwest;whiteSpace=wrap;html=1;" value="+ {static} main(args : String[]) : void" vertex="1">
+           <mxGeometry height="42" width="160" y="62" as="geometry" />
+         </mxCell>
+         <mxCell id="5PU7SN-1DX3iMtDltQ-m-5" edge="1" parent="1" source="5PU7SN-1DX3iMtDltQ-m-2" style="endArrow=open;endSize=12;dashed=1;html=1;rounded=0;entryX=1;entryY=0.5;entryDx=0;entryDy=0;exitX=0;exitY=0.5;exitDx=0;exitDy=0;" target="mK63LABdQIUOHuwPP6Pl-8" value="Use">
+           <mxGeometry relative="1" width="160" as="geometry">
+             <mxPoint x="640" y="600" as="sourcePoint" />
+             <mxPoint x="800" y="600" as="targetPoint" />
+           </mxGeometry>
+         </mxCell>
      </root>
    </mxGraphModel>
  </diagram>
</mxfile>
